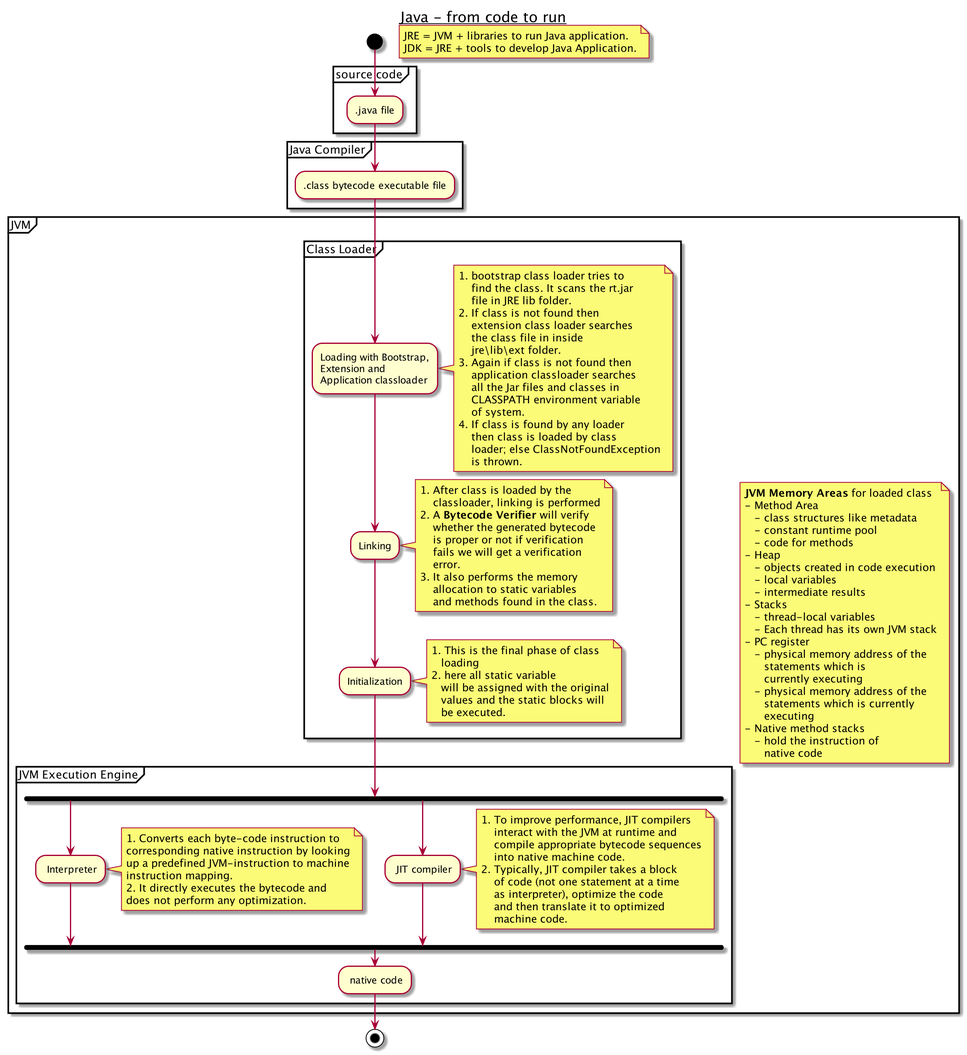
The PlantUML diagram images/2019-11-30-Java-from-code-to-run/java_from_code_to_run.png in damonYuan/damonyuan.github.io, before a commit.
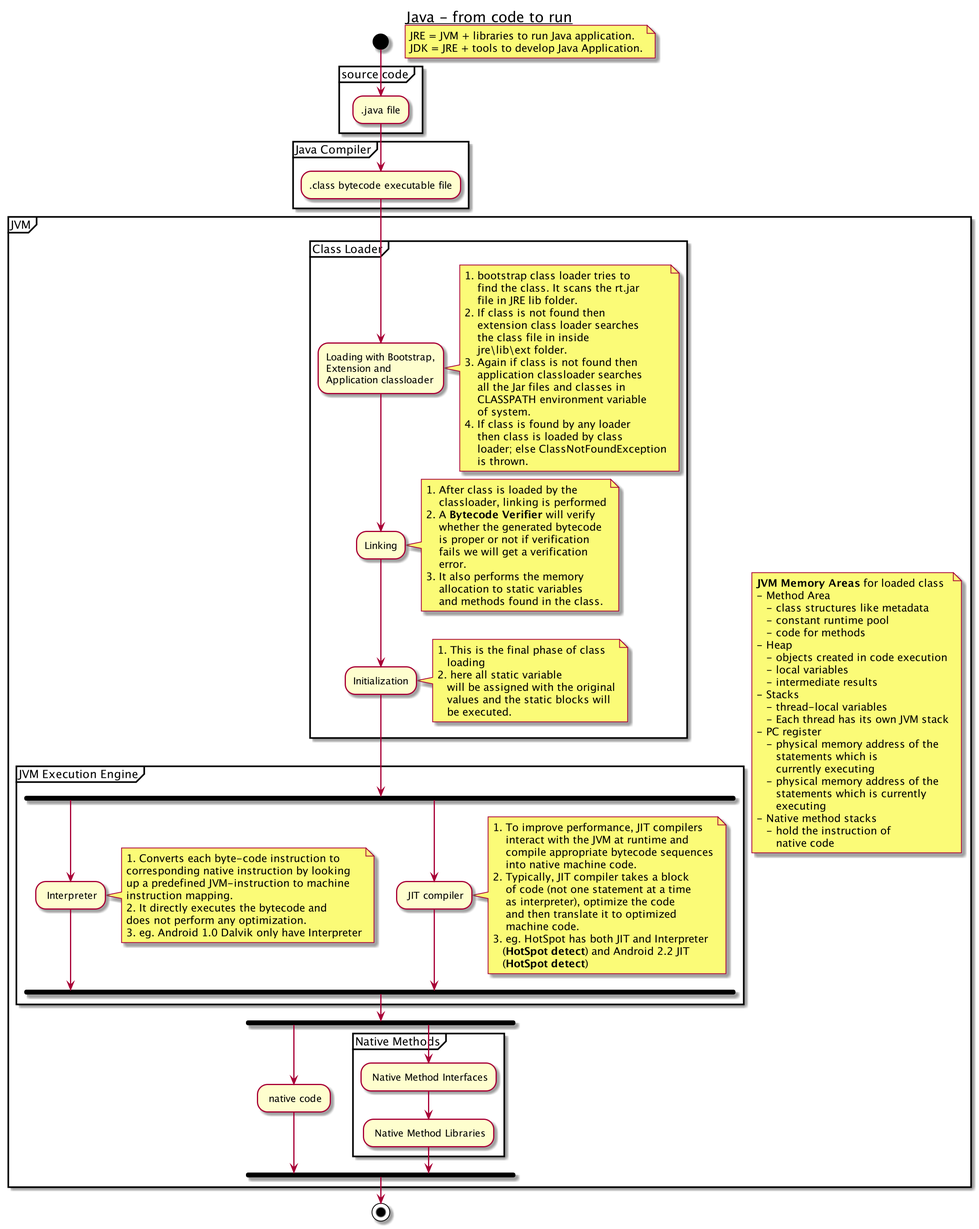
Above is the later version.

What changed in the source:
```diff
@@ -96,6 +96,7 @@
         instruction mapping.
         2. It directly executes the bytecode and
         does not perform any optimization.
+        3. eg. Android 1.0 Dalvik only have Interpreter
         end note
     fork again
         : JIT compiler;
@@ -109,14 +110,24 @@
             as interpreter), optimize the code
             and then translate it to optimized
             machine code.
+        3. eg. HotSpot has both JIT and Interpreter
+           (**HotSpot detect**) and Android 2.2 JIT
+           (**HotSpot detect**)
         end note
     end fork
+    }
+    fork
     : native code;
+    fork again
+    partition "Native Methods" {
+        : Native Method Interfaces;
+        : Native Method Libraries;
     }
+    end fork
+
 
 }
 
 stop
 
-
 @enduml
```
